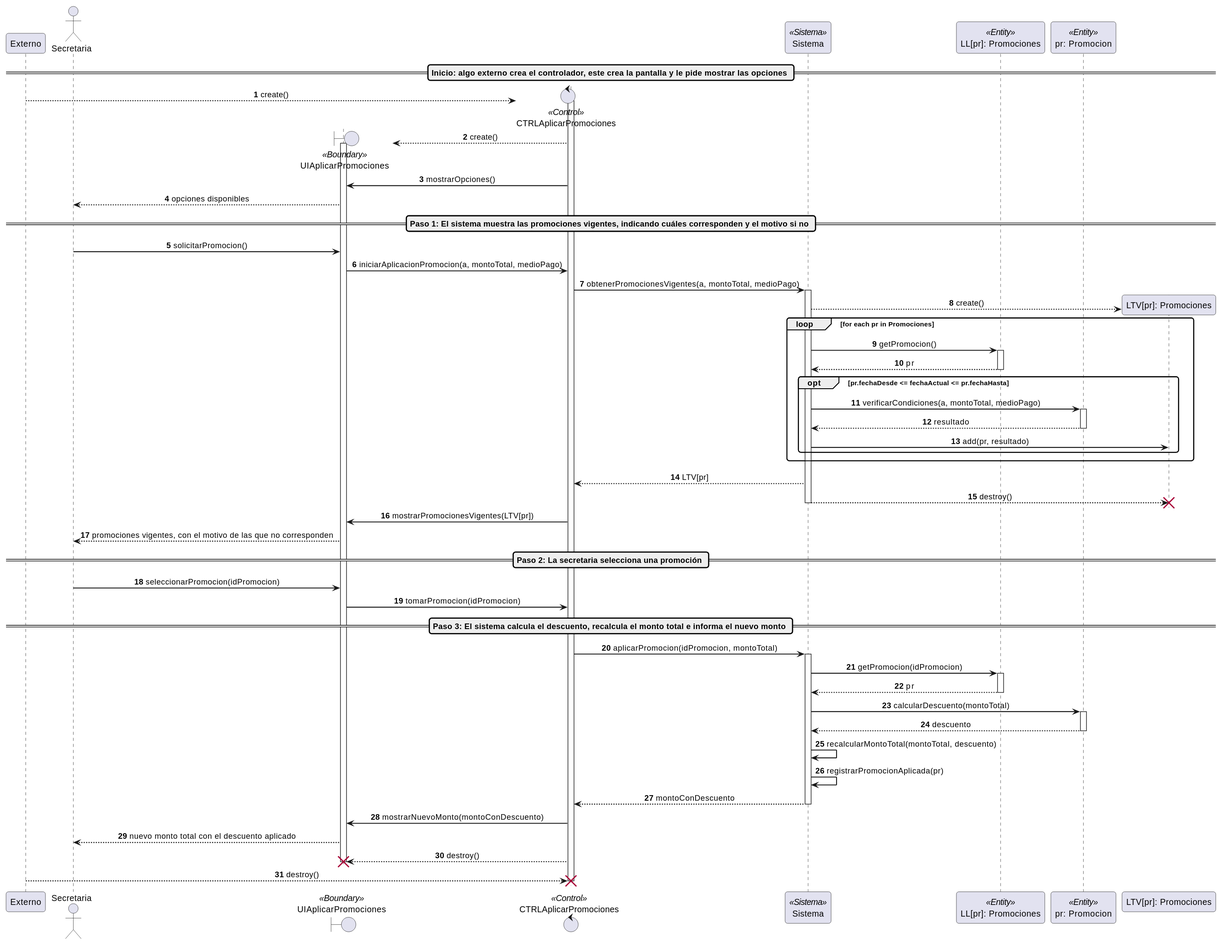
Earlier version of the PlantUML export tpi2/02-realizacion-cu/4c_secuencia_aplicar_promociones.svg (sandobaitt/TpDiseno). The source it was exported from:
```plantuml
@startuml
!pragma layout smetana
!pragma layout smetana
autonumber
skinparam shadowing false
skinparam roundcorner 8
skinparam sequenceArrowThickness 1.5
skinparam sequenceMessageAlign center
skinparam responseMessageBelowArrow true


participant "Externo" as Externo
actor "Secretaria" as Actor
boundary "UIAplicarPromociones" as UI <<Boundary>>
control "CTRLAplicarPromociones" as CTRLCU <<Control>>
participant "Sistema" as Sistema <<Sistema>>
participant "LL[pr]: Promociones" as LLPR <<Entity>>
participant "pr: Promocion" as Promocion <<Entity>>
participant "LTV[pr]: Promociones" as LTV

== Inicio: algo externo crea el controlador, este crea la pantalla y le pide mostrar las opciones ==
create CTRLCU
Externo --> CTRLCU: create()
activate CTRLCU
create UI
CTRLCU --> UI: create()
activate UI
CTRLCU -> UI: mostrarOpciones()
UI --> Actor: opciones disponibles

== Paso 1: El sistema muestra las promociones vigentes, indicando cuáles corresponden y el motivo si no ==
Actor -> UI: solicitarPromocion()
UI -> CTRLCU: iniciarAplicacionPromocion(a, montoTotal, medioPago)

CTRLCU -> Sistema: obtenerPromocionesVigentes(a, montoTotal, medioPago)
activate Sistema

create LTV
Sistema --> LTV: create()
loop for each pr in Promociones
    Sistema -> LLPR: getPromocion()
    activate LLPR
    LLPR --> Sistema: pr
    deactivate LLPR

    opt pr.fechaDesde <= fechaActual <= pr.fechaHasta
        Sistema -> Promocion: verificarCondiciones(a, montoTotal, medioPago)
        activate Promocion
        Promocion --> Sistema: resultado
        deactivate Promocion

        Sistema -> LTV: add(pr, resultado)
    end
end

Sistema --> CTRLCU: LTV[pr]
Sistema --> LTV: destroy()
destroy LTV
deactivate Sistema

CTRLCU -> UI: mostrarPromocionesVigentes(LTV[pr])
UI --> Actor: promociones vigentes, con el motivo de las que no corresponden

== Paso 2: La secretaria selecciona una promoción ==
Actor -> UI: seleccionarPromocion(idPromocion)
UI -> CTRLCU: tomarPromocion(idPromocion)

== Paso 3: El sistema calcula el descuento, recalcula el monto total e informa el nuevo monto ==
CTRLCU -> Sistema: aplicarPromocion(idPromocion, montoTotal)
activate Sistema

Sistema -> LLPR: getPromocion(idPromocion)
activate LLPR
LLPR --> Sistema: pr
deactivate LLPR

Sistema -> Promocion: calcularDescuento(montoTotal)
activate Promocion
Promocion --> Sistema: descuento
deactivate Promocion

Sistema -> Sistema: recalcularMontoTotal(montoTotal, descuento)
Sistema -> Sistema: registrarPromocionAplicada(pr)

Sistema --> CTRLCU: montoConDescuento
deactivate Sistema

CTRLCU -> UI: mostrarNuevoMonto(montoConDescuento)
UI --> Actor: nuevo monto total con el descuento aplicado

CTRLCU --> UI: destroy()
destroy UI
Externo --> CTRLCU: destroy()
destroy CTRLCU
@enduml
```
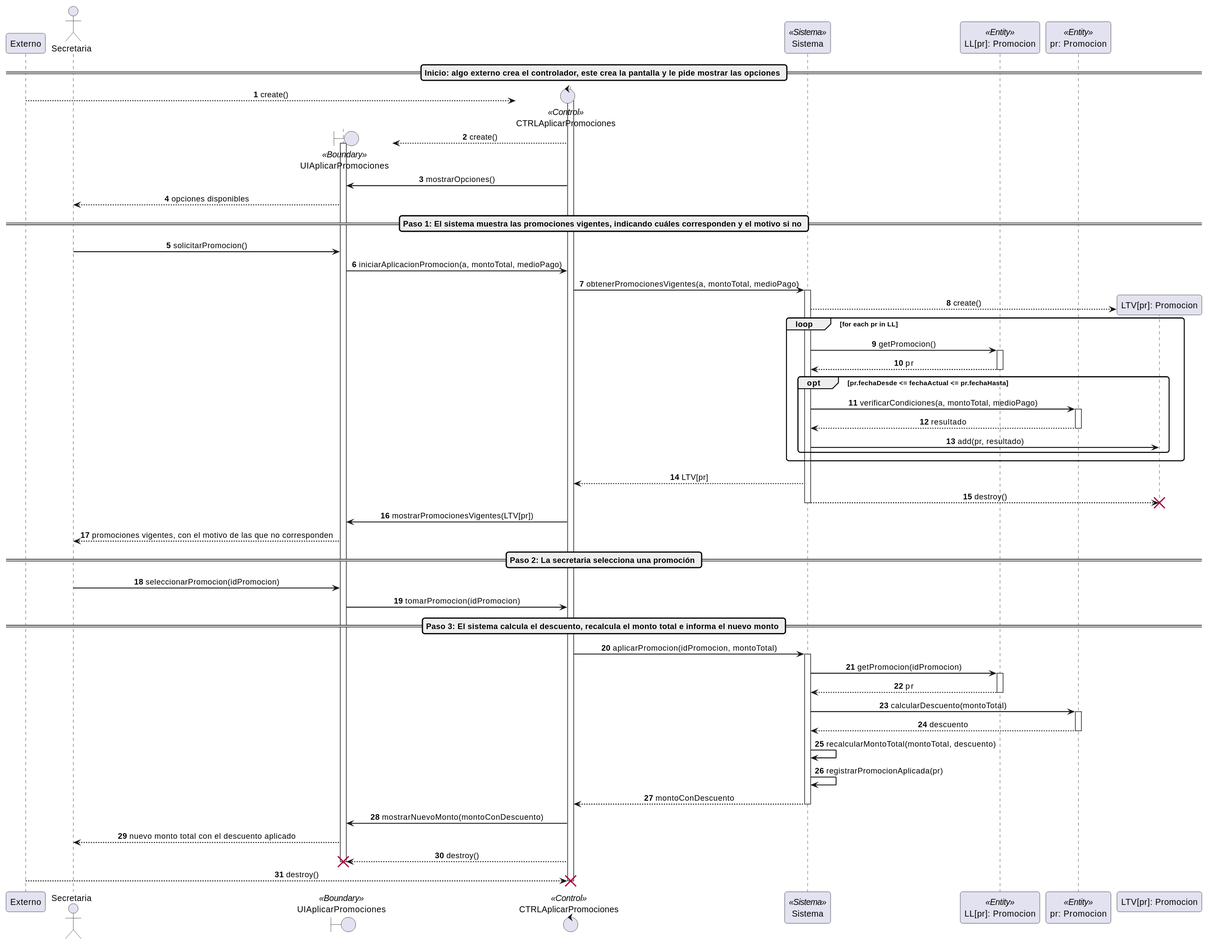
After the change.

Diff of the diagram source:
```diff
@@ -14,9 +14,9 @@
 boundary "UIAplicarPromociones" as UI <<Boundary>>
 control "CTRLAplicarPromociones" as CTRLCU <<Control>>
 participant "Sistema" as Sistema <<Sistema>>
-participant "LL[pr]: Promociones" as LLPR <<Entity>>
+participant "LL[pr]: Promocion" as LLPR <<Entity>>
 participant "pr: Promocion" as Promocion <<Entity>>
-participant "LTV[pr]: Promociones" as LTV
+participant "LTV[pr]: Promocion" as LTV
 
 == Inicio: algo externo crea el controlador, este crea la pantalla y le pide mostrar las opciones ==
 create CTRLCU
@@ -37,7 +37,7 @@
 
 create LTV
 Sistema --> LTV: create()
-loop for each pr in Promociones
+loop for each pr in LL
     Sistema -> LLPR: getPromocion()
     activate LLPR
     LLPR --> Sistema: pr
```
